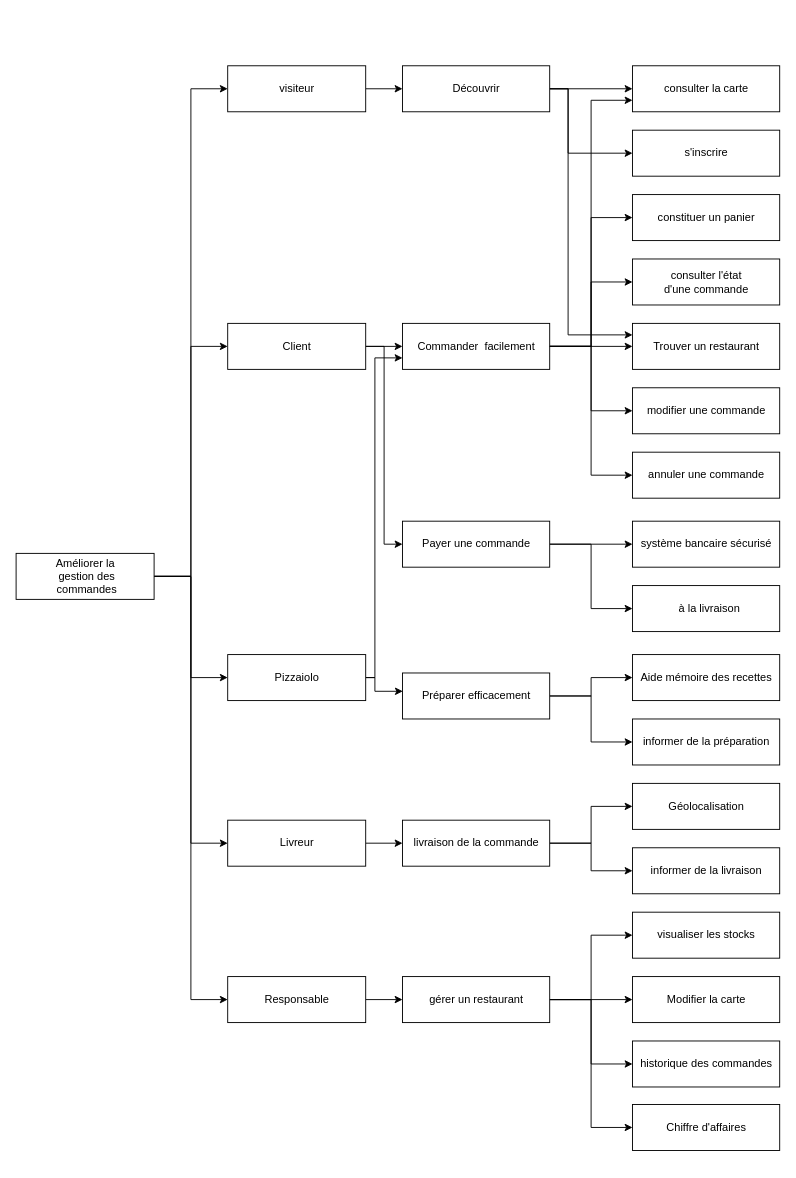
The draw.io diagram diagrams/impactMapping/Impact mapping.drawio in gsagot/oc_p6_ocPizza, before the edit. Source tidied: cells renumbered, new cells numbered last; positions are measured from the earlier drawing's top-left corner, leaving out a move shared by most shapes. Both pictures are drawn from the tidied source at 92%, with x=0, y=0 at pixel (16, 65).
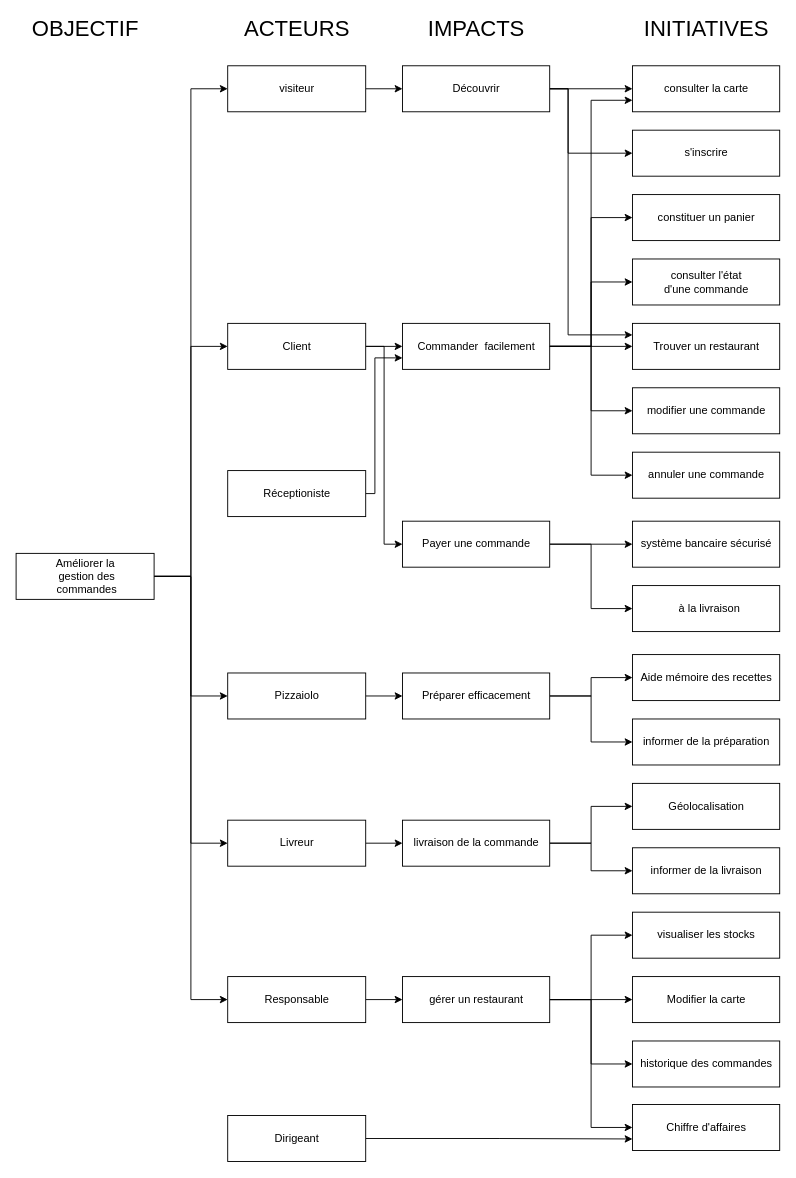
Above is the later version.

The change refers to these unchanged cells:
```xml
<mxCell id="28" value="Préparer efficacement" style="html=1;" parent="1" vertex="1">
  <mxGeometry x="420" y="660" width="160" height="50" as="geometry" />
</mxCell>
<mxCell id="47" value="Commander &amp;nbsp;facilement" style="html=1;" parent="1" vertex="1">
  <mxGeometry x="420" y="280" width="160" height="50" as="geometry" />
</mxCell>
<mxCell id="60" value="Chiffre d'affaires" style="html=1;" parent="1" vertex="1">
  <mxGeometry x="670" y="1129" width="160" height="50" as="geometry" />
</mxCell>
```

Change to the diagram source:
```diff
@@
-    <mxCell id="13" style="edgeStyle=orthogonalEdgeStyle;rounded=0;jettySize=auto;html=1;exitX=1;exitY=0.5;exitDx=0;exitDy=0;entryX=0;entryY=0.75;entryDx=0;entryDy=0;" parent="1" edge="1" source="15" target="47">
-      <mxGeometry relative="1" as="geometry">
-        <Array as="points">
-          <mxPoint x="390" y="665" />
-          <mxPoint x="390" y="318" />
-        </Array>
-      </mxGeometry>
-    </mxCell>
-    <mxCell id="14" style="edgeStyle=orthogonalEdgeStyle;rounded=0;jettySize=auto;html=1;exitX=1;exitY=0.5;exitDx=0;exitDy=0;entryX=0.002;entryY=0.398;entryDx=0;entryDy=0;entryPerimeter=0;" parent="1" edge="1" source="15" target="28">
-      <mxGeometry relative="1" as="geometry">
-        <Array as="points">
-          <mxPoint x="390" y="665" />
-          <mxPoint x="390" y="680" />
-          <mxPoint x="420" y="680" />
-        </Array>
-      </mxGeometry>
+    <mxCell id="14" style="edgeStyle=orthogonalEdgeStyle;rounded=0;jettySize=auto;html=1;exitX=1;exitY=0.5;exitDx=0;exitDy=0;entryX=0;entryY=0.5;entryDx=0;entryDy=0;" parent="1" edge="1" source="15" target="28">
+      <mxGeometry relative="1" as="geometry" />
     </mxCell>
     <mxCell id="15" value="Pizzaiolo" style="html=1;" parent="1" vertex="1">
-      <mxGeometry x="230" y="640" width="150" height="50" as="geometry" />
+      <mxGeometry x="230" y="660" width="150" height="50" as="geometry" />
     </mxCell>
@@
+    <mxCell id="62" style="edgeStyle=orthogonalEdgeStyle;rounded=0;jettySize=auto;html=1;exitX=1;exitY=0.5;exitDx=0;exitDy=0;entryX=0;entryY=0.75;entryDx=0;entryDy=0;" parent="1" edge="1" source="63" target="47">
+      <mxGeometry relative="1" as="geometry">
+        <Array as="points">
+          <mxPoint x="390" y="465" />
+          <mxPoint x="390" y="318" />
+        </Array>
+      </mxGeometry>
+    </mxCell>
+    <mxCell id="63" value="Réceptioniste" style="html=1;" parent="1" vertex="1">
+      <mxGeometry x="230" y="440" width="150" height="50" as="geometry" />
+    </mxCell>
+    <mxCell id="64" style="edgeStyle=orthogonalEdgeStyle;rounded=0;jettySize=auto;html=1;exitX=1;exitY=0.5;exitDx=0;exitDy=0;entryX=0;entryY=0.75;entryDx=0;entryDy=0;" parent="1" edge="1" source="65" target="60">
+      <mxGeometry relative="1" as="geometry" />
+    </mxCell>
+    <mxCell id="65" value="Dirigeant" style="html=1;" parent="1" vertex="1">
+      <mxGeometry x="230" y="1141" width="150" height="50" as="geometry" />
+    </mxCell>
+    <mxCell id="66" value="&lt;font style=&quot;font-size: 24px&quot;&gt;OBJECTIF&lt;/font&gt;" style="text;html=1;align=center;verticalAlign=middle;strokeColor=none;" parent="1" vertex="1">
+      <mxGeometry x="10" y="-50" width="130" height="20" as="geometry" />
+    </mxCell>
+    <mxCell id="67" value="&lt;font style=&quot;font-size: 24px&quot;&gt;ACTEURS&lt;/font&gt;" style="text;html=1;align=center;verticalAlign=middle;strokeColor=none;" parent="1" vertex="1">
+      <mxGeometry x="240" y="-50" width="130" height="20" as="geometry" />
+    </mxCell>
+    <mxCell id="68" value="&lt;font style=&quot;font-size: 24px&quot;&gt;IMPACTS&lt;/font&gt;" style="text;html=1;align=center;verticalAlign=middle;strokeColor=none;" parent="1" vertex="1">
+      <mxGeometry x="440" y="-50" width="120" height="20" as="geometry" />
+    </mxCell>
+    <mxCell id="69" value="&lt;font style=&quot;font-size: 24px&quot;&gt;INITIATIVES&lt;/font&gt;" style="text;html=1;align=center;verticalAlign=middle;strokeColor=none;" parent="1" vertex="1">
+      <mxGeometry x="675" y="-50" width="150" height="20" as="geometry" />
+    </mxCell>
```
